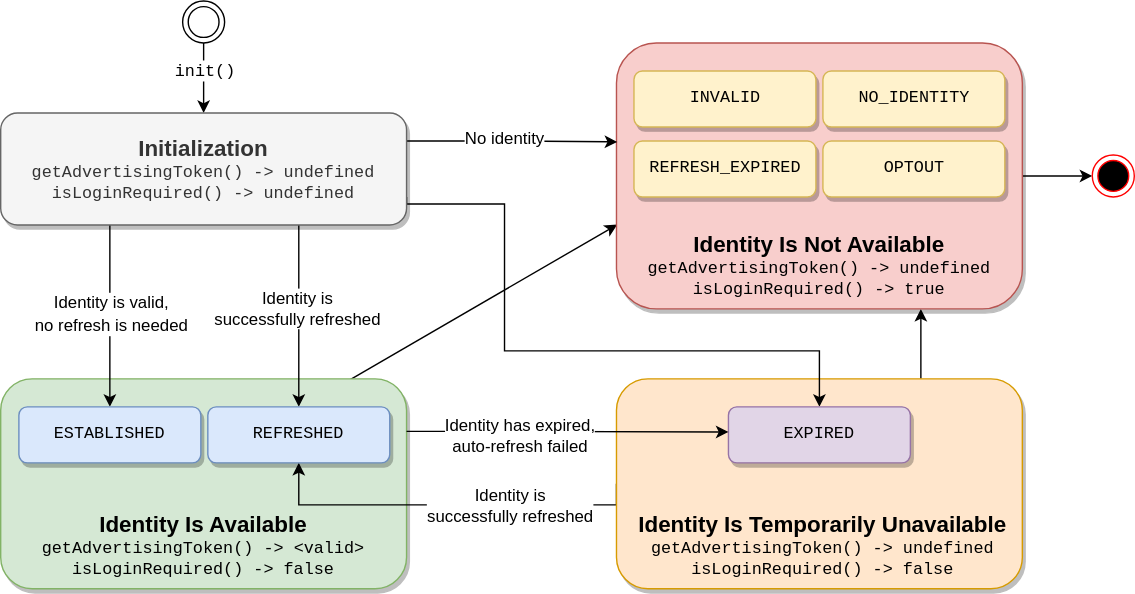
Before: api/v1/sdks/uid2-js-sdk-workflow.svg, a diagram exported from draw.io (IABTechLab/uid2docs). Source tidied: cells renumbered, new cells last; positions are measured from the earlier drawing's top-left corner, leaving out a move shared by most shapes.
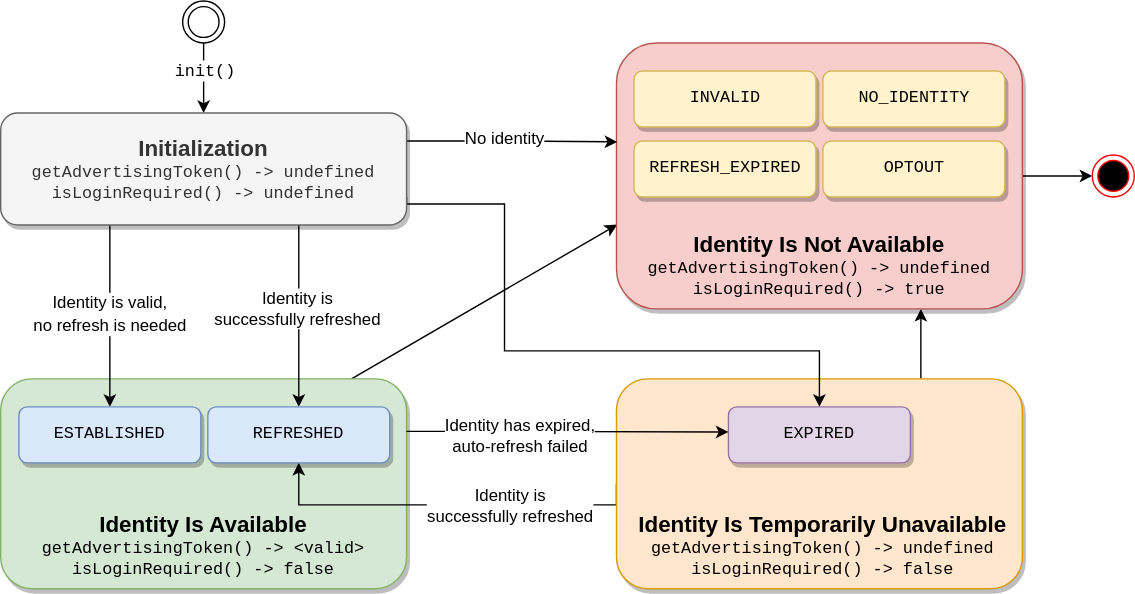
After the commit.

The edit, as a diff of the source:
```diff
@@ -44,7 +44,7 @@
         <mxPoint x="78" y="160" as="sourcePoint" />
       </mxGeometry>
     </mxCell>
-    <mxCell id="13" value="&lt;font face=&quot;Helvetica&quot;&gt;Identity is valid,&lt;br&gt;no refresh is needed&lt;/font&gt;" style="edgeLabel;html=1;align=center;verticalAlign=middle;fontSize=12;fontFamily=Courier New;" parent="12" vertex="1">
+    <mxCell id="13" value="&lt;font face=&quot;Helvetica&quot;&gt;Identity is valid,&lt;br&gt;no refresh is needed&lt;/font&gt;" style="edgeLabel;html=1;align=center;verticalAlign=middle;fontSize=12;fontFamily=Courier New;spacingTop=3;spacingLeft=3;spacingBottom=3;spacingRight=5;spacing=3;" parent="12" vertex="1">
       <mxGeometry x="-0.04" relative="1" as="geometry" />
     </mxCell>
     <mxCell id="14" style="edgeStyle=orthogonalEdgeStyle;rounded=0;jettySize=auto;html=1;entryX=0.5;entryY=0;entryDx=0;entryDy=0;fontFamily=Courier New;fontSize=12;" parent="1" edge="1" target="21">
```
